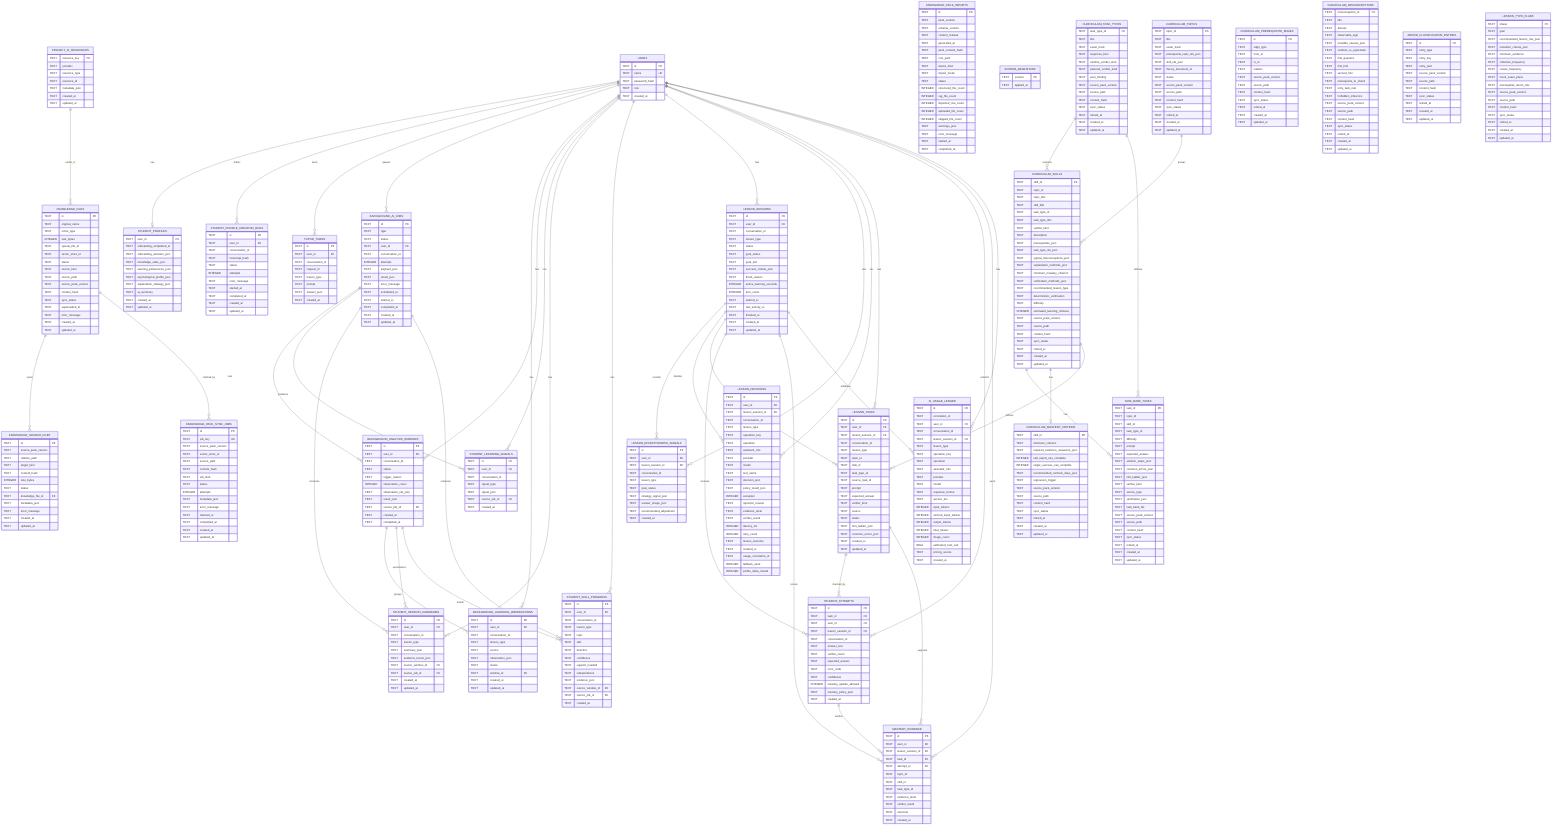
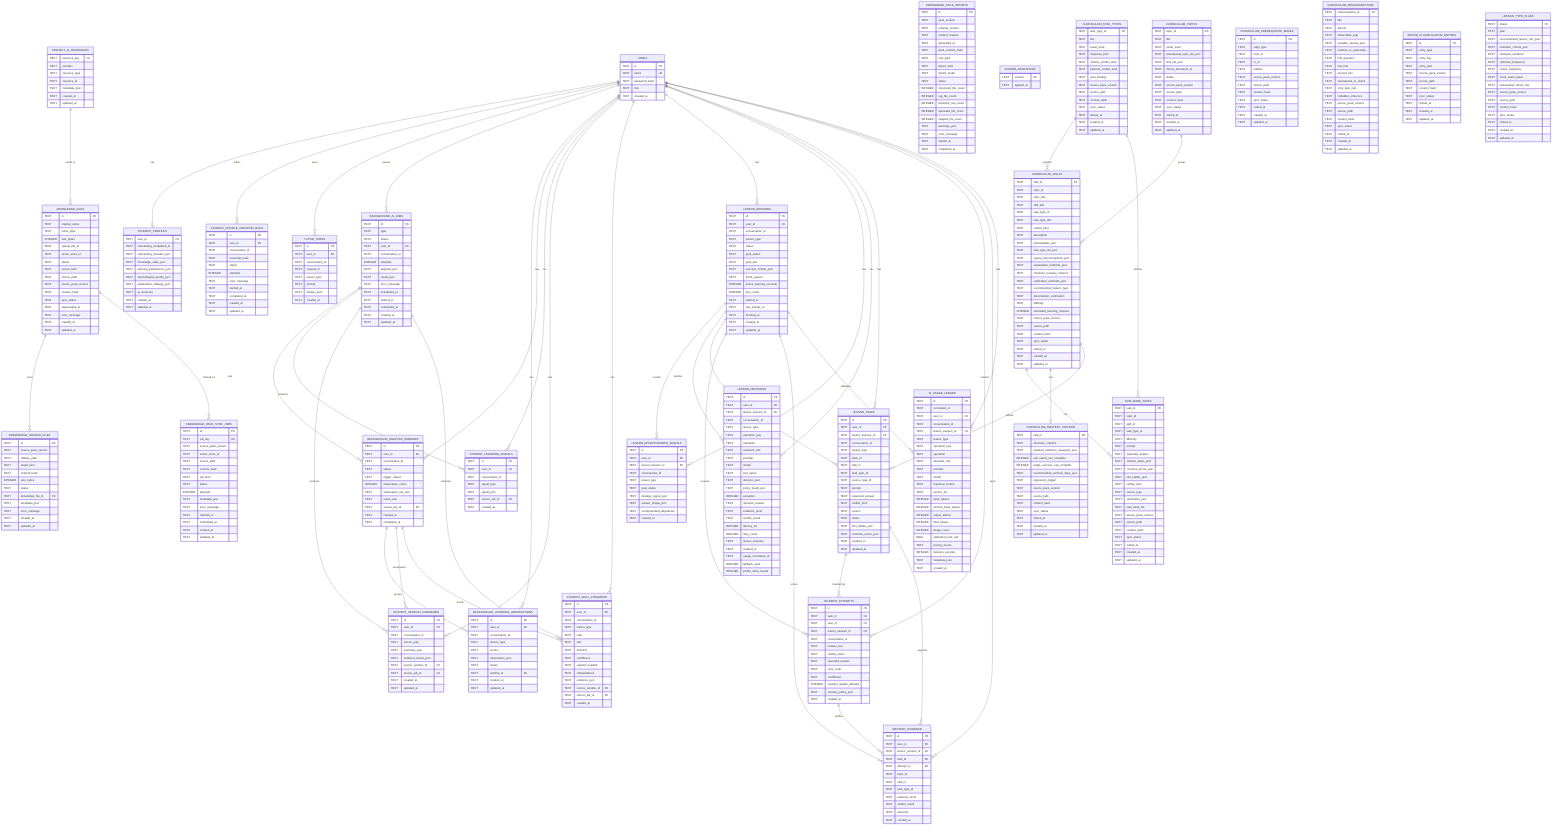
erDiagram
  USERS {
    TEXT id PK
    TEXT name UK
    TEXT password_hash
    TEXT role
    TEXT created_at
  }

  KNOWLEDGE_FILES {
    TEXT id PK
    TEXT original_name
    TEXT mime_type
    INTEGER size_bytes
    TEXT openai_file_id
    TEXT vector_store_id
    TEXT status
    TEXT source_kind
    TEXT source_path
    TEXT source_pack_version
    TEXT content_hash
    TEXT sync_status
    TEXT superseded_at
    TEXT error_message
    TEXT created_at
    TEXT updated_at
  }

  PROJECT_AI_RESOURCES {
    TEXT resource_key PK
    TEXT provider
    TEXT resource_type
    TEXT resource_id
    TEXT metadata_json
    TEXT created_at
    TEXT updated_at
  }

  KNOWLEDGE_SOURCE_FILES {
    TEXT id PK
    TEXT source_pack_version
    TEXT relative_path
    TEXT target_kind
    TEXT content_hash
    INTEGER size_bytes
    TEXT status
    TEXT knowledge_file_id FK
    TEXT metadata_json
    TEXT error_message
    TEXT created_at
    TEXT updated_at
  }

  KNOWLEDGE_PACK_IMPORTS {
    TEXT id PK
    TEXT pack_version
    TEXT schema_version
    TEXT content_release
    TEXT generated_at
    TEXT pack_content_hash
    TEXT root_path
    TEXT import_kind
    TEXT import_mode
    TEXT status
    INTEGER structured_file_count
    INTEGER rag_file_count
    INTEGER imported_row_count
    INTEGER uploaded_file_count
    INTEGER skipped_file_count
    TEXT warnings_json
    TEXT error_message
    TEXT started_at
    TEXT completed_at
  }

  KNOWLEDGE_PACK_SYNC_JOBS {
    TEXT id PK
    TEXT job_key UK
    TEXT source_pack_version
    TEXT vector_store_id
    TEXT source_path
    TEXT content_hash
    TEXT job_kind
    TEXT status
    INTEGER attempts
    TEXT metadata_json
    TEXT error_message
    TEXT claimed_at
    TEXT completed_at
    TEXT created_at
    TEXT updated_at
  }

  SCHEMA_MIGRATIONS {
    TEXT version PK
    TEXT applied_at
  }

  STUDENT_PROFILES {
    TEXT user_id PK
    TEXT onboarding_completed_at
    TEXT onboarding_answers_json
    TEXT knowledge_state_json
    TEXT learning_preferences_json
    TEXT psychological_profile_json
    TEXT explanation_strategy_json
    TEXT ai_summary
    TEXT created_at
    TEXT updated_at
  }

  STUDENT_PROFILE_CREATION_RUNS {
    TEXT id PK
    TEXT user_id FK
    TEXT conversation_id
    TEXT transcript_hash
    TEXT status
    INTEGER attempts
    TEXT error_message
    TEXT started_at
    TEXT completed_at
    TEXT created_at
    TEXT updated_at
  }

  TUTOR_TURNS {
    TEXT id PK
    TEXT user_id FK
    TEXT conversation_id
    TEXT request_id
    TEXT lesson_type
    TEXT prompt
    TEXT answer_json
    TEXT created_at
  }

  BACKGROUND_AI_JOBS {
    TEXT id PK
    TEXT type
    TEXT status
    TEXT user_id FK
    TEXT conversation_id
    INTEGER attempts
    TEXT payload_json
    TEXT result_json
    TEXT error_message
    TEXT scheduled_at
    TEXT started_at
    TEXT completed_at
    TEXT created_at
    TEXT updated_at
  }

  BACKGROUND_LEARNING_OBSERVATIONS {
    TEXT id PK
    TEXT user_id FK
    TEXT conversation_id
    TEXT lesson_type
    TEXT source
    TEXT observation_json
    TEXT status
    TEXT window_id FK
    TEXT created_at
    TEXT updated_at
  }

  BACKGROUND_ANALYSIS_WINDOWS {
    TEXT id PK
    TEXT user_id FK
    TEXT conversation_id
    TEXT status
    TEXT trigger_reason
    INTEGER observation_count
    TEXT observation_ids_json
    TEXT result_json
    TEXT source_job_id FK
    TEXT created_at
    TEXT completed_at
  }

  STUDENT_LEARNING_SIGNALS {
    TEXT id PK
    TEXT user_id FK
    TEXT conversation_id
    TEXT signal_type
    TEXT signal_json
    TEXT source_job_id FK
    TEXT created_at
  }

  STUDENT_SESSION_SUMMARIES {
    TEXT id PK
    TEXT user_id FK
    TEXT conversation_id
    TEXT lesson_type
    TEXT summary_json
    TEXT evidence_levels_json
    TEXT source_window_id FK
    TEXT source_job_id FK
    TEXT created_at
    TEXT updated_at
  }

  STUDENT_SKILL_PROGRESS {
    TEXT id PK
    TEXT user_id FK
    TEXT conversation_id
    TEXT lesson_type
    TEXT topic
    TEXT skill
    TEXT direction
    TEXT confidence
    TEXT support_needed
    TEXT independence
    TEXT evidence_json
    TEXT source_window_id FK
    TEXT source_job_id FK
    TEXT created_at
  }

  LESSON_SESSIONS {
    TEXT id PK
    TEXT user_id FK
    TEXT conversation_id
    TEXT lesson_type
    TEXT status
    TEXT goal_status
    TEXT goal_text
    TEXT success_criteria_json
    TEXT finish_reason
    INTEGER active_learning_seconds
    INTEGER turn_count
    TEXT started_at
    TEXT last_activity_at
    TEXT finished_at
    TEXT created_at
    TEXT updated_at
  }

  LESSON_EFFECTIVENESS_SIGNALS {
    TEXT id PK
    TEXT user_id FK
    TEXT lesson_session_id FK
    TEXT conversation_id
    TEXT lesson_type
    TEXT goal_status
    TEXT strategy_signal_json
    TEXT answer_shape_json
    TEXT recommended_adjustment
    TEXT created_at
  }

  LESSON_DECISIONS {
    TEXT id PK
    TEXT user_id FK
    TEXT lesson_session_id FK
    TEXT conversation_id
    TEXT lesson_type
    TEXT operation_key
    TEXT operation
    TEXT assistant_role
    TEXT provider
    TEXT model
    TEXT tool_name
    TEXT decision_json
    TEXT policy_result_json
    INTEGER accepted
    TEXT rejection_reason
    TEXT evidence_level
    TEXT verifier_result
    INTEGER latency_ms
    INTEGER retry_count
    TEXT lesson_outcome
    TEXT created_at
    TEXT usage_correlation_id
    INTEGER fallback_used
    INTEGER profile_delta_routed
  }

  CURRICULUM_SKILLS {
    TEXT skill_id PK
    TEXT topic_id
    TEXT topic_title
    TEXT skill_title
    TEXT task_type_id
    TEXT task_type_title
    TEXT verifier_kind
    TEXT description
    TEXT prerequisites_json
    TEXT task_type_ids_json
    TEXT typical_misconceptions_json
    TEXT explanation_methods_json
    TEXT minimum_mastery_criterion
    TEXT verification_methods_json
    TEXT recommended_lesson_type
    TEXT deterministic_verification
    TEXT difficulty
    INTEGER estimated_learning_minutes
    TEXT source_pack_version
    TEXT source_path
    TEXT content_hash
    TEXT sync_status
    TEXT retired_at
    TEXT created_at
    TEXT updated_at
  }

  CURRICULUM_TOPICS {
    TEXT topic_id PK
    TEXT title
    TEXT exam_track
    TEXT prerequisite_topic_ids_json
    TEXT skill_ids_json
    TEXT theory_document_id
    TEXT status
    TEXT source_pack_version
    TEXT source_path
    TEXT content_hash
    TEXT sync_status
    TEXT retired_at
    TEXT created_at
    TEXT updated_at
  }

  CURRICULUM_TASK_TYPES {
    TEXT task_type_id PK
    TEXT title
    TEXT exam_track
    TEXT response_kind
    TEXT runtime_verifier_kind
    TEXT planned_verifier_kind
    TEXT year_binding
    TEXT source_pack_version
    TEXT source_path
    TEXT content_hash
    TEXT sync_status
    TEXT retired_at
    TEXT created_at
    TEXT updated_at
  }

  CURRICULUM_PREREQUISITE_EDGES {
    TEXT id PK
    TEXT edge_type
    TEXT from_id
    TEXT to_id
    TEXT relation
    TEXT source_pack_version
    TEXT source_path
    TEXT content_hash
    TEXT sync_status
    TEXT retired_at
    TEXT created_at
    TEXT updated_at
  }

  CURRICULUM_MASTERY_CRITERIA {
    TEXT skill_id PK
    TEXT minimum_criterion
    TEXT required_evidence_sequence_json
    INTEGER self_report_can_complete
    INTEGER single_success_can_complete
    TEXT recommended_recheck_days_json
    TEXT regression_trigger
    TEXT source_pack_version
    TEXT source_path
    TEXT content_hash
    TEXT sync_status
    TEXT retired_at
    TEXT created_at
    TEXT updated_at
  }

  CURRICULUM_MISCONCEPTIONS {
    TEXT misconception_id PK
    TEXT title
    TEXT domain
    TEXT observable_sign
    TEXT possible_causes_json
    TEXT random_vs_systematic
    TEXT first_question
    TEXT first_hint
    TEXT second_hint
    TEXT prerequisite_to_check
    TEXT retry_task_rule
    TEXT forbidden_inference
    TEXT source_pack_version
    TEXT source_path
    TEXT content_hash
    TEXT sync_status
    TEXT retired_at
    TEXT created_at
    TEXT updated_at
  }

  ERROR_CLASSIFICATION_ENTRIES {
    TEXT id PK
    TEXT entry_type
    TEXT entry_key
    TEXT entry_json
    TEXT source_pack_version
    TEXT source_path
    TEXT content_hash
    TEXT sync_status
    TEXT retired_at
    TEXT created_at
    TEXT updated_at
  }

  LESSON_TYPE_PLANS {
    TEXT phase PK
    TEXT goal
    TEXT recommended_lesson_mix_json
    TEXT transition_criteria_json
    TEXT minimum_evidence
    TEXT reflection_frequency
    TEXT review_frequency
    TEXT mock_exam_place
    TEXT prerequisite_return_rule
    TEXT source_pack_version
    TEXT source_path
    TEXT content_hash
    TEXT sync_status
    TEXT retired_at
    TEXT created_at
    TEXT updated_at
  }

  TASK_BANK_TASKS {
    TEXT task_id PK
    TEXT topic_id
    TEXT skill_id
    TEXT task_type_id
    TEXT difficulty
    TEXT prompt
    TEXT expected_answer
    TEXT solution_steps_json
    TEXT common_errors_json
    TEXT hint_ladder_json
    TEXT verifier_kind
    TEXT source_type
    TEXT verification_json
    TEXT task_bank_file
    TEXT source_pack_version
    TEXT source_path
    TEXT content_hash
    TEXT sync_status
    TEXT retired_at
    TEXT created_at
    TEXT updated_at
  }

  LESSON_TASKS {
    TEXT id PK
    TEXT user_id FK
    TEXT lesson_session_id FK
    TEXT conversation_id
    TEXT lesson_type
    TEXT topic_id
    TEXT skill_id
    TEXT task_type_id
    TEXT source_task_id
    TEXT prompt
    TEXT expected_answer
    TEXT verifier_kind
    TEXT source
    TEXT status
    TEXT hint_ladder_json
    TEXT common_errors_json
    TEXT created_at
    TEXT updated_at
  }

  STUDENT_ATTEMPTS {
    TEXT id PK
    TEXT task_id FK
    TEXT user_id FK
    TEXT lesson_session_id FK
    TEXT conversation_id
    TEXT answer_text
    TEXT verifier_result
    TEXT expected_answer
    TEXT error_code
    TEXT confidence
    INTEGER mastery_update_allowed
    TEXT mastery_policy_json
    TEXT created_at
  }

  MASTERY_EVIDENCE {
    TEXT id PK
    TEXT user_id FK
    TEXT lesson_session_id FK
    TEXT task_id FK
    TEXT attempt_id FK
    TEXT topic_id
    TEXT skill_id
    TEXT task_type_id
    TEXT evidence_level
    TEXT verifier_result
    TEXT outcome
    TEXT created_at
  }

  AI_USAGE_LEDGER {
    TEXT id PK
    TEXT correlation_id
    TEXT user_id FK
    TEXT conversation_id
    TEXT lesson_session_id FK
    TEXT lesson_type
    TEXT operation_key
    TEXT operation
    TEXT assistant_role
    TEXT provider
    TEXT model
    TEXT response_format
    TEXT service_tier
    INTEGER input_tokens
    INTEGER cached_input_tokens
    INTEGER output_tokens
    INTEGER total_tokens
    INTEGER image_count
    REAL estimated_cost_usd
    TEXT pricing_source
+     INTEGER duration_seconds
+     TEXT metadata_json
    TEXT created_at
  }

  USERS ||--o| STUDENT_PROFILES : has
  USERS ||--o{ STUDENT_PROFILE_CREATION_RUNS : claims
  USERS ||--o{ TUTOR_TURNS : owns
  USERS ||--o{ BACKGROUND_AI_JOBS : queues
  USERS ||--o{ BACKGROUND_LEARNING_OBSERVATIONS : has
  USERS ||--o{ BACKGROUND_ANALYSIS_WINDOWS : has
  USERS ||--o{ STUDENT_LEARNING_SIGNALS : has
  USERS ||--o{ STUDENT_SESSION_SUMMARIES : has
  USERS ||--o{ STUDENT_SKILL_PROGRESS : has
  USERS ||--o{ LESSON_SESSIONS : has
  USERS ||--o{ LESSON_EFFECTIVENESS_SIGNALS : has
  USERS ||--o{ LESSON_DECISIONS : has
  USERS ||--o{ LESSON_TASKS : has
  USERS ||--o{ STUDENT_ATTEMPTS : submits
  USERS ||--o{ MASTERY_EVIDENCE : earns
  USERS ||--o{ AI_USAGE_LEDGER : has
  KNOWLEDGE_FILES ||--o{ KNOWLEDGE_SOURCE_FILES : syncs
  KNOWLEDGE_FILES ||--o{ KNOWLEDGE_PACK_SYNC_JOBS : claimed_by
  PROJECT_AI_RESOURCES ||--o{ KNOWLEDGE_FILES : points_to
  LESSON_SESSIONS ||--o{ LESSON_EFFECTIVENESS_SIGNALS : records
  LESSON_SESSIONS ||--o{ LESSON_DECISIONS : decides
  LESSON_SESSIONS ||--o{ LESSON_TASKS : assigns
  LESSON_SESSIONS ||--o{ STUDENT_ATTEMPTS : receives
  LESSON_SESSIONS ||--o{ MASTERY_EVIDENCE : proves
  LESSON_TASKS ||--o{ STUDENT_ATTEMPTS : checked_by
  LESSON_TASKS ||--o{ MASTERY_EVIDENCE : supports
  STUDENT_ATTEMPTS ||--o{ MASTERY_EVIDENCE : verifies
  CURRICULUM_TOPICS ||--o{ CURRICULUM_SKILLS : groups
  CURRICULUM_TASK_TYPES ||--o{ CURRICULUM_SKILLS : supports
  CURRICULUM_SKILLS ||--o{ TASK_BANK_TASKS : has
  CURRICULUM_TASK_TYPES ||--o{ TASK_BANK_TASKS : defines
  CURRICULUM_SKILLS ||--o| CURRICULUM_MASTERY_CRITERIA : has
  CURRICULUM_SKILLS ||--o{ LESSON_TASKS : defines
  LESSON_SESSIONS ||--o{ AI_USAGE_LEDGER : attributes
  BACKGROUND_ANALYSIS_WINDOWS ||--o{ BACKGROUND_LEARNING_OBSERVATIONS : groups
  BACKGROUND_ANALYSIS_WINDOWS ||--o{ STUDENT_SESSION_SUMMARIES : summarizes
  BACKGROUND_ANALYSIS_WINDOWS ||--o{ STUDENT_SKILL_PROGRESS : trends
  BACKGROUND_AI_JOBS ||--o{ BACKGROUND_ANALYSIS_WINDOWS : runs
  BACKGROUND_AI_JOBS ||--o{ STUDENT_LEARNING_SIGNALS : produces
  BACKGROUND_AI_JOBS ||--o{ STUDENT_SESSION_SUMMARIES : produces
  BACKGROUND_AI_JOBS ||--o{ STUDENT_SKILL_PROGRESS : produces
